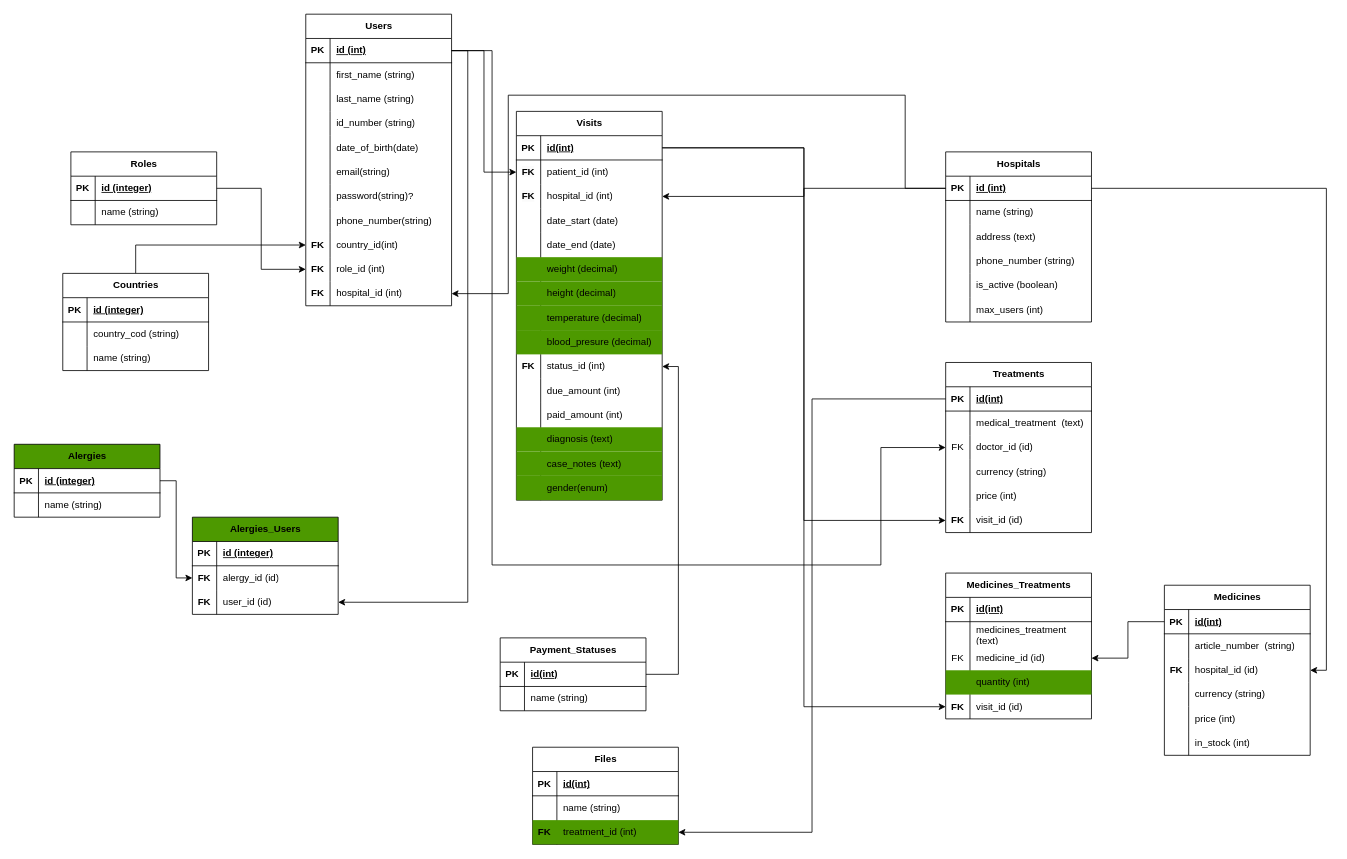
Above: Untitled Diagram.drawio in fao30/hospital-management-be (draw.io), before the change. Source tidied: cells renumbered, new cells numbered last; positions are measured from the earlier drawing's top-left corner, leaving out a move shared by most shapes. Both pictures are drawn from the tidied source at 81%, with x=0, y=0 at pixel (14, 14).
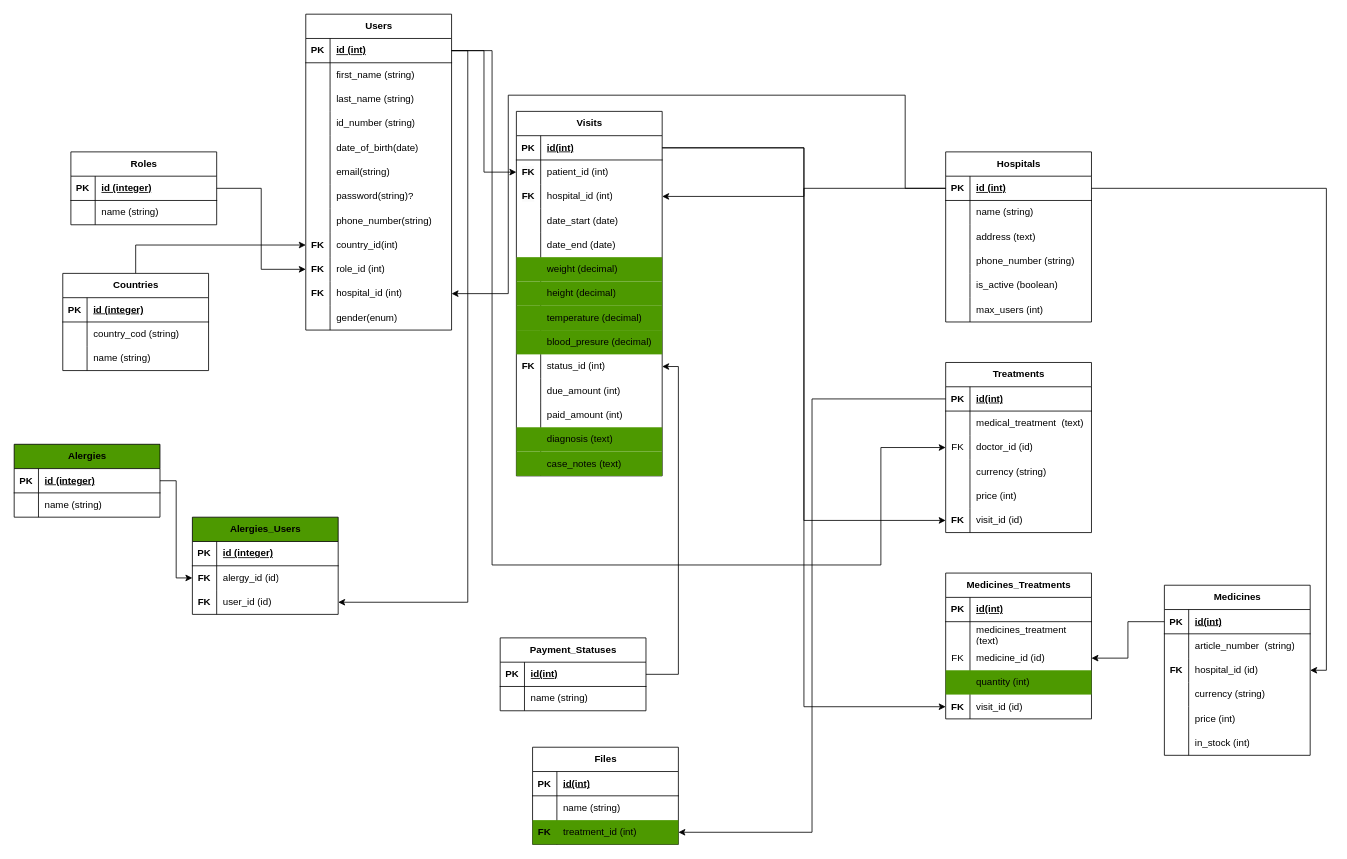
The same page after the edit.

Change to the diagram source:
```diff
@@
     <mxCell id="28" value="Users" style="shape=table;startSize=30;childLayout=tableLayout;rowLines=0;fontStyle=1;align=center;html=1;" parent="1" vertex="1">
-      <mxGeometry x="360" width="180" height="360" as="geometry" />
+      <mxGeometry x="360" width="180" height="390" as="geometry" />
     </mxCell>
@@
+    <mxCell id="220" style="shape=tableRow;horizontal=0;startSize=0;swimlaneHead=0;swimlaneBody=0;fillColor=none;top=0;left=0;right=0;bottom=0;" parent="28" vertex="1">
+      <mxGeometry y="360" width="180" height="30" as="geometry" />
+    </mxCell>
+    <mxCell id="118" style="shape=partialRectangle;fillColor=none;top=0;left=0;bottom=0;right=0;overflow=hidden;whiteSpace=wrap;html=1;" parent="220" vertex="1">
+      <mxGeometry width="30" height="30" as="geometry" />
+    </mxCell>
+    <mxCell id="119" value="gender(enum)" style="shape=partialRectangle;fillColor=none;top=0;left=0;bottom=0;right=0;align=left;spacingLeft=6;overflow=hidden;whiteSpace=wrap;html=1;" parent="220" vertex="1">
+      <mxGeometry x="30" width="150" height="30" as="geometry" />
+    </mxCell>
@@
     <mxCell id="74" value="Visits" style="shape=table;startSize=30;childLayout=tableLayout;rowLines=0;fontStyle=1;align=center;html=1;" parent="1" vertex="1">
-      <mxGeometry x="620" y="120" width="180" height="480" as="geometry" />
+      <mxGeometry x="620" y="120" width="180" height="450" as="geometry" />
     </mxCell>
@@
-    <mxCell id="117" style="shape=tableRow;horizontal=0;startSize=0;swimlaneHead=0;swimlaneBody=0;fillColor=#4D9900;top=0;left=0;right=0;bottom=0;" parent="74" vertex="1">
-      <mxGeometry y="450" width="180" height="30" as="geometry" />
-    </mxCell>
-    <mxCell id="118" style="shape=partialRectangle;fillColor=none;top=0;left=0;bottom=0;right=0;overflow=hidden;whiteSpace=wrap;html=1;" parent="117" vertex="1">
-      <mxGeometry width="30" height="30" as="geometry" />
-    </mxCell>
-    <mxCell id="119" value="gender(enum)" style="shape=partialRectangle;fillColor=none;top=0;left=0;bottom=0;right=0;align=left;spacingLeft=6;overflow=hidden;whiteSpace=wrap;html=1;" parent="117" vertex="1">
-      <mxGeometry x="30" width="150" height="30" as="geometry" />
-    </mxCell>
```
